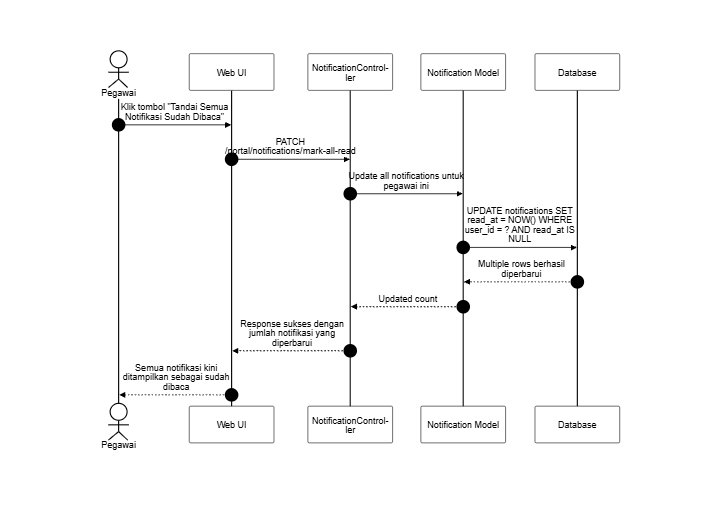
SulaimanHafi23/SimpegRSHDI keeps this Mermaid diagram as docs/SequenceDiagram/PNG_Transparent/Notifikasi-TandaiDibacaSemua.png. Above is the earlier version. Its source is kept beside it as docs/SequenceDiagram/Notifikasi-TandaiDibacaSemua.mermaid.
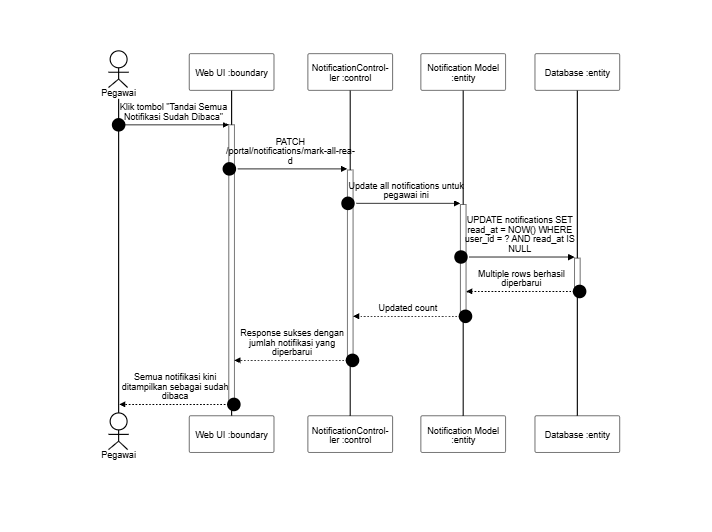
Later version of the same file.

Change to the diagram source:
```diff
@@ -6,16 +6,16 @@
 sequenceDiagram
     autonumber
     actor P as Pegawai
-    participant UI as Web UI
-    participant C as NotificationController
-    participant N as Notification Model
-    participant DB as Database
+    participant UI as Web UI :boundary
+    participant C as NotificationController :control
+    participant N as Notification Model :entity
+    participant DB as Database :entity
 
-    P->>UI: Klik tombol "Tandai Semua Notifikasi Sudah Dibaca"
-    UI->>C: PATCH /portal/notifications/mark-all-read
-    C->>N: Update all notifications untuk pegawai ini
-    N->>DB: UPDATE notifications SET read_at = NOW() WHERE user_id = ? AND read_at IS NULL
-    DB-->>N: Multiple rows berhasil diperbarui
-    N-->>C: Updated count
-    C-->>UI: Response sukses dengan jumlah notifikasi yang diperbarui
-    UI-->>P: Semua notifikasi kini ditampilkan sebagai sudah dibaca
+    P->>+UI: Klik tombol "Tandai Semua Notifikasi Sudah Dibaca"
+    UI->>+C: PATCH /portal/notifications/mark-all-read
+    C->>+N: Update all notifications untuk pegawai ini
+    N->>+DB: UPDATE notifications SET read_at = NOW() WHERE user_id = ? AND read_at IS NULL
+    DB-->>-N: Multiple rows berhasil diperbarui
+    N-->>-C: Updated count
+    C-->>-UI: Response sukses dengan jumlah notifikasi yang diperbarui
+    UI-->>-P: Semua notifikasi kini ditampilkan sebagai sudah dibaca
```
